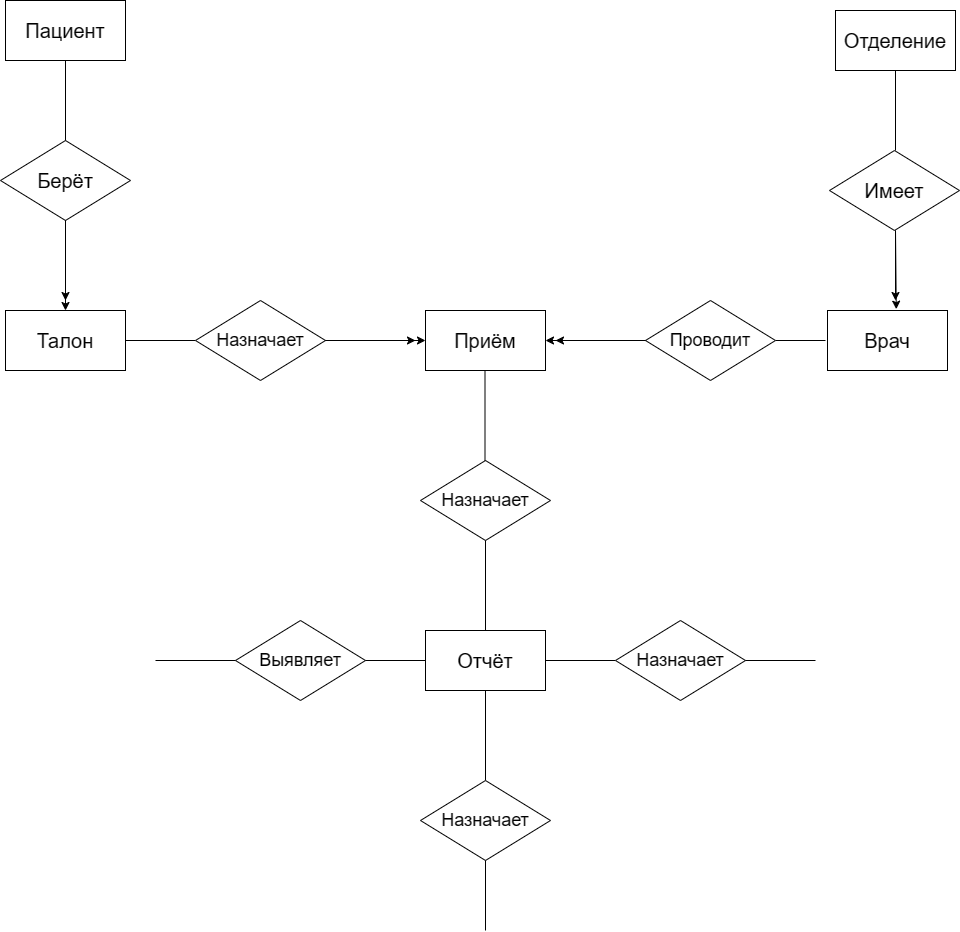
Before: Диаграмма без названия.drawio.png, a diagram exported from draw.io (dibovdmitry/Project). Source tidied: cells renumbered, new cells last; positions are measured from the earlier drawing's top-left corner, leaving out a move shared by most shapes.
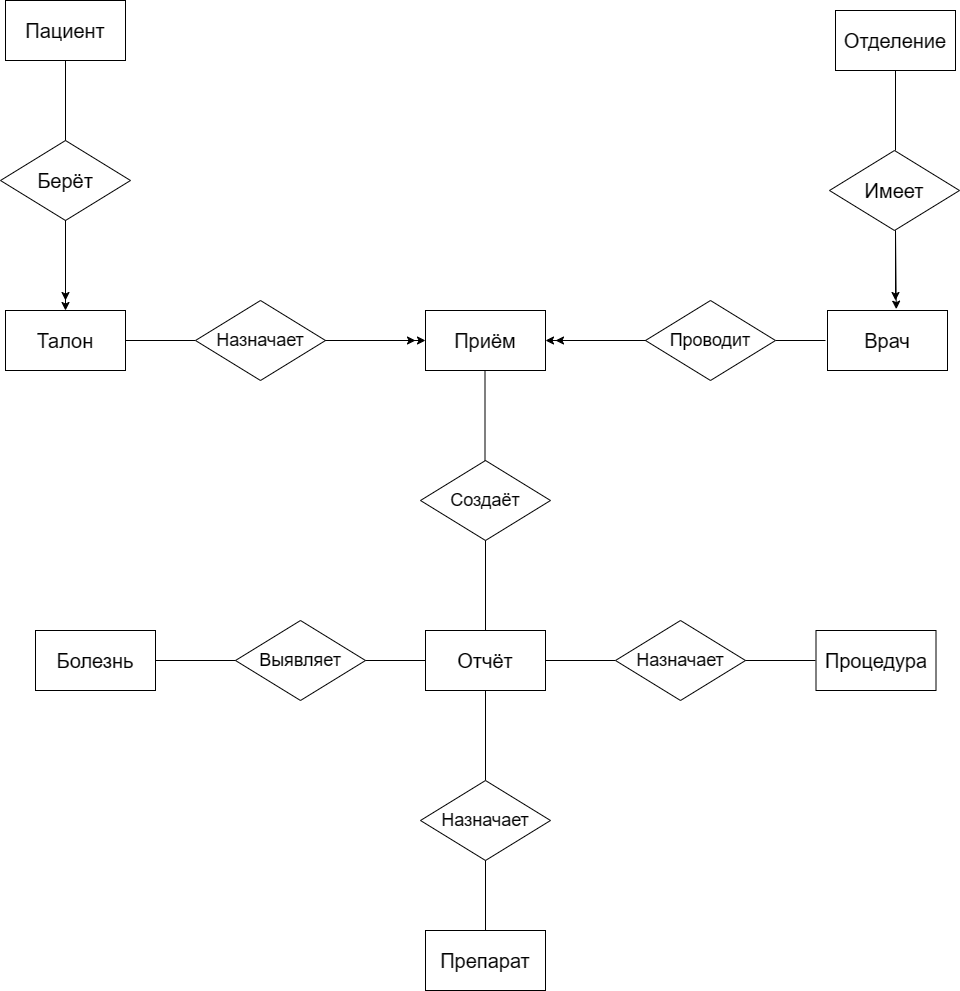
After the change.

Change to the diagram source:
```diff
@@ -59,7 +59,7 @@
         <mxPoint x="484.5" y="370" as="targetPoint" />
       </mxGeometry>
     </mxCell>
-    <mxCell id="16" value="Назначает" style="rhombus;whiteSpace=wrap;html=1;fontSize=18;" parent="1" vertex="1">
+    <mxCell id="16" value="Создаёт" style="rhombus;whiteSpace=wrap;html=1;fontSize=18;" parent="1" vertex="1">
       <mxGeometry x="420" y="460" width="130" height="80" as="geometry" />
     </mxCell>
     <mxCell id="17" style="endArrow=none;html=1;rounded=0;" parent="1" edge="1">
@@ -159,5 +159,14 @@
         <mxPoint x="555" y="340" as="targetPoint" />
       </mxGeometry>
     </mxCell>
+    <mxCell id="36" value="Препарат" style="rounded=0;whiteSpace=wrap;html=1;fontSize=20;" parent="1" vertex="1">
+      <mxGeometry x="425" y="930" width="120" height="60" as="geometry" />
+    </mxCell>
+    <mxCell id="37" value="Процедура" style="rounded=0;whiteSpace=wrap;html=1;fontSize=20;" parent="1" vertex="1">
+      <mxGeometry x="815.5" y="630" width="120" height="60" as="geometry" />
+    </mxCell>
+    <mxCell id="38" value="Болезнь" style="rounded=0;whiteSpace=wrap;html=1;fontSize=20;" parent="1" vertex="1">
+      <mxGeometry x="35" y="630" width="120" height="60" as="geometry" />
+    </mxCell>
   </root>
 </mxGraphModel>
```
